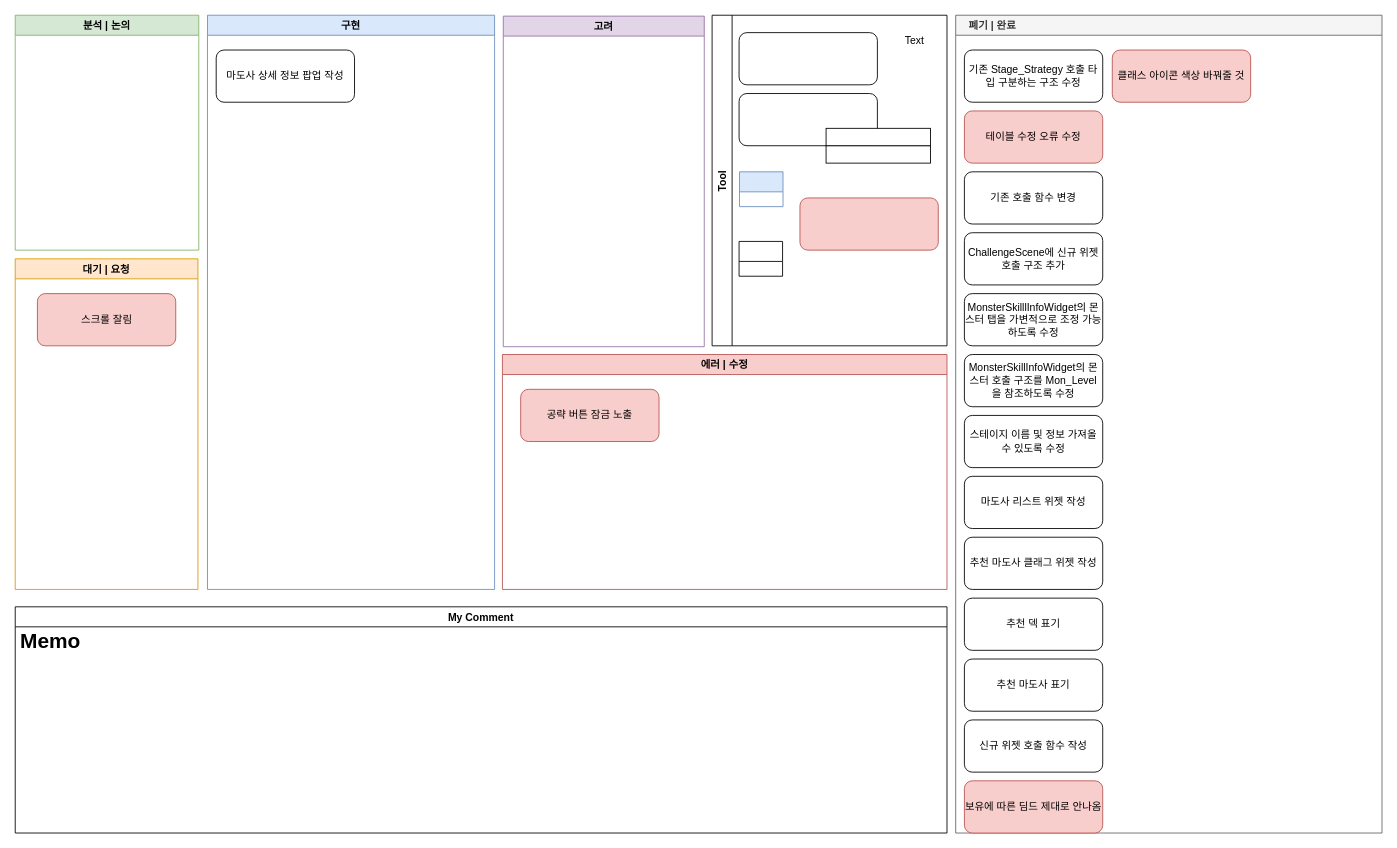
Endorr/Job-Board keeps this draw.io diagram as 던전 추천 마도사 진행상황.drawio. Above is the earlier version. Source tidied: cells renumbered, new cells numbered last; positions are measured from the earlier drawing's top-left corner, leaving out a move shared by most shapes. Both pictures are drawn from the tidied source at 87%, with x=0, y=0 at pixel (15, 15).
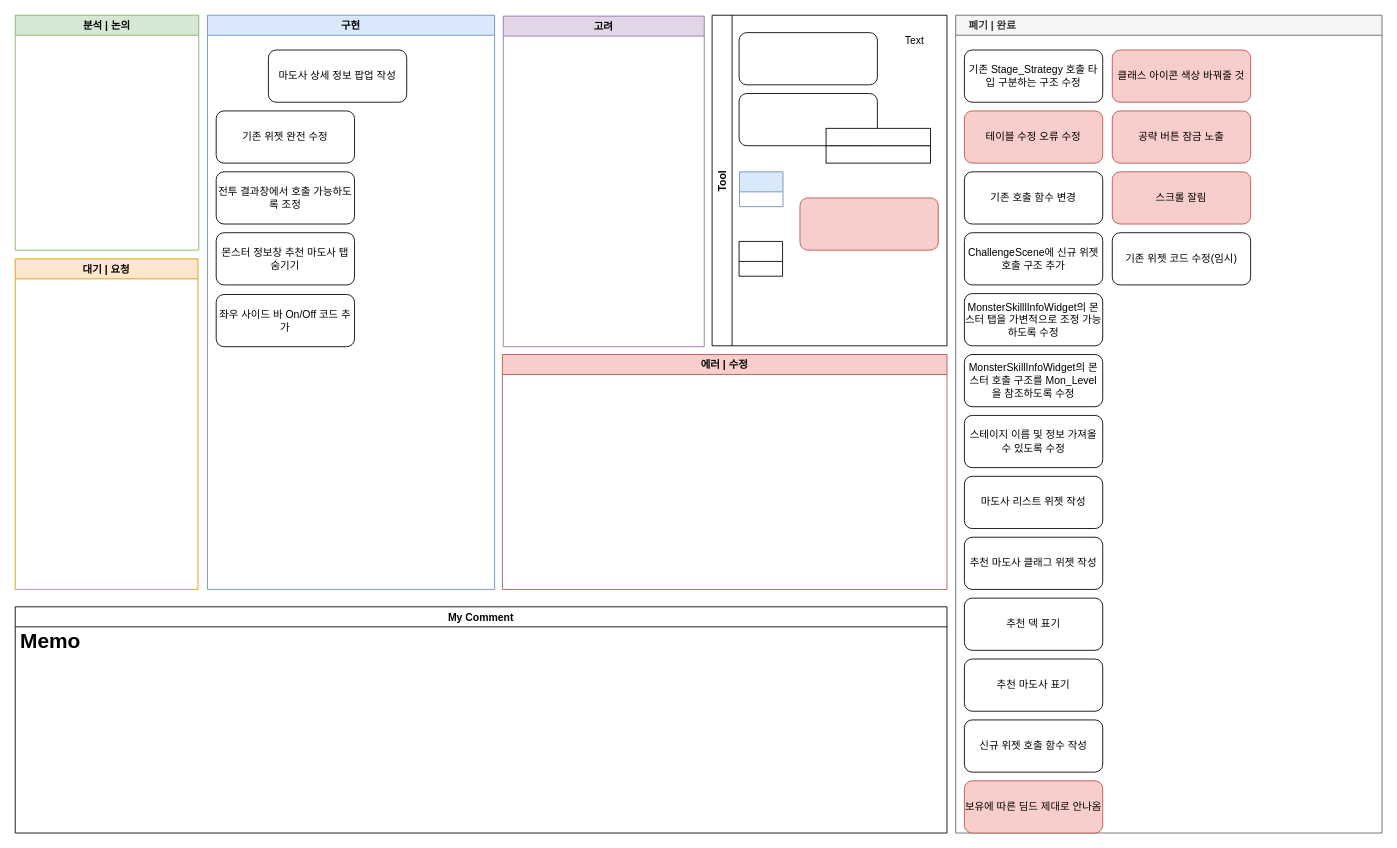
The same page after the edit.

Commit message:
던전 추천 마도사 진행상황.drawio 업데이트

Unchanged cells that the change refers to:
```xml
<mxCell id="2" value="구현" style="swimlane;fillColor=#dae8fc;strokeColor=#6c8ebf;" parent="1" vertex="1">
  <mxGeometry x="221" width="330" height="660" as="geometry" />
</mxCell>
<mxCell id="3" value="에러 | 수정" style="swimlane;fillColor=#f8cecc;strokeColor=#b85450;startSize=23;" parent="2" vertex="1">
  <mxGeometry x="339" y="390" width="511" height="270" as="geometry" />
</mxCell>
<mxCell id="8" value="대기 | 요청" style="swimlane;strokeColor=#d79b00;fillColor=#ffe6cc;" parent="1" vertex="1">
  <mxGeometry y="280" width="210" height="380" as="geometry" />
</mxCell>
<mxCell id="10" value="    폐기 | 완료" style="swimlane;strokeColor=#666666;fillColor=#f5f5f5;fontColor=#333333;align=left;" parent="1" vertex="1">
  <mxGeometry x="1081" width="490" height="940" as="geometry" />
</mxCell>
```

Diff of the diagram source:
```diff
@@
-    <mxCell id="4" value="공략 버튼 잠금 노출" style="rounded=1;whiteSpace=wrap;html=1;fillColor=#f8cecc;strokeColor=#b85450;" parent="3" vertex="1">
-      <mxGeometry x="21" y="40" width="159" height="60" as="geometry" />
-    </mxCell>
@@
     <mxCell id="6" value="마도사 상세 정보 팝업 작성" style="rounded=1;whiteSpace=wrap;html=1;" parent="2" vertex="1">
-      <mxGeometry x="10" y="40" width="159" height="60" as="geometry" />
+      <mxGeometry x="70" y="40" width="159" height="60" as="geometry" />
     </mxCell>
+    <mxCell id="37" value="기존 위젯 완전 수정" style="rounded=1;whiteSpace=wrap;html=1;" parent="2" vertex="1">
+      <mxGeometry x="10" y="110" width="159" height="60" as="geometry" />
+    </mxCell>
+    <mxCell id="38" value="전투 결과창에서 호출 가능하도록 조정" style="rounded=1;whiteSpace=wrap;html=1;" parent="2" vertex="1">
+      <mxGeometry x="10" y="180" width="159" height="60" as="geometry" />
+    </mxCell>
+    <mxCell id="39" value="몬스터 정보창 추천 마도사 탭 숨기기" style="rounded=1;whiteSpace=wrap;html=1;" parent="2" vertex="1">
+      <mxGeometry x="10" y="250" width="159" height="60" as="geometry" />
+    </mxCell>
+    <mxCell id="40" value="좌우 사이드 바 On/Off 코드 추가" style="rounded=1;whiteSpace=wrap;html=1;" parent="2" vertex="1">
+      <mxGeometry x="10" y="321" width="159" height="60" as="geometry" />
+    </mxCell>
@@
-    <mxCell id="9" value="스크롤 잘림" style="rounded=1;whiteSpace=wrap;html=1;fillColor=#f8cecc;strokeColor=#b85450;" parent="8" vertex="1">
-      <mxGeometry x="25.5" y="40" width="159" height="60" as="geometry" />
-    </mxCell>
@@
+    <mxCell id="4" value="공략 버튼 잠금 노출" style="rounded=1;whiteSpace=wrap;html=1;fillColor=#f8cecc;strokeColor=#b85450;" parent="10" vertex="1">
+      <mxGeometry x="180" y="110" width="159" height="60" as="geometry" />
+    </mxCell>
+    <mxCell id="9" value="스크롤 잘림" style="rounded=1;whiteSpace=wrap;html=1;fillColor=#f8cecc;strokeColor=#b85450;" parent="10" vertex="1">
+      <mxGeometry x="180" y="180" width="159" height="60" as="geometry" />
+    </mxCell>
+    <mxCell id="41" value="기존 위젯 코드 수정(임시)" style="rounded=1;whiteSpace=wrap;html=1;" parent="10" vertex="1">
+      <mxGeometry x="180" y="250" width="159" height="60" as="geometry" />
+    </mxCell>
```
